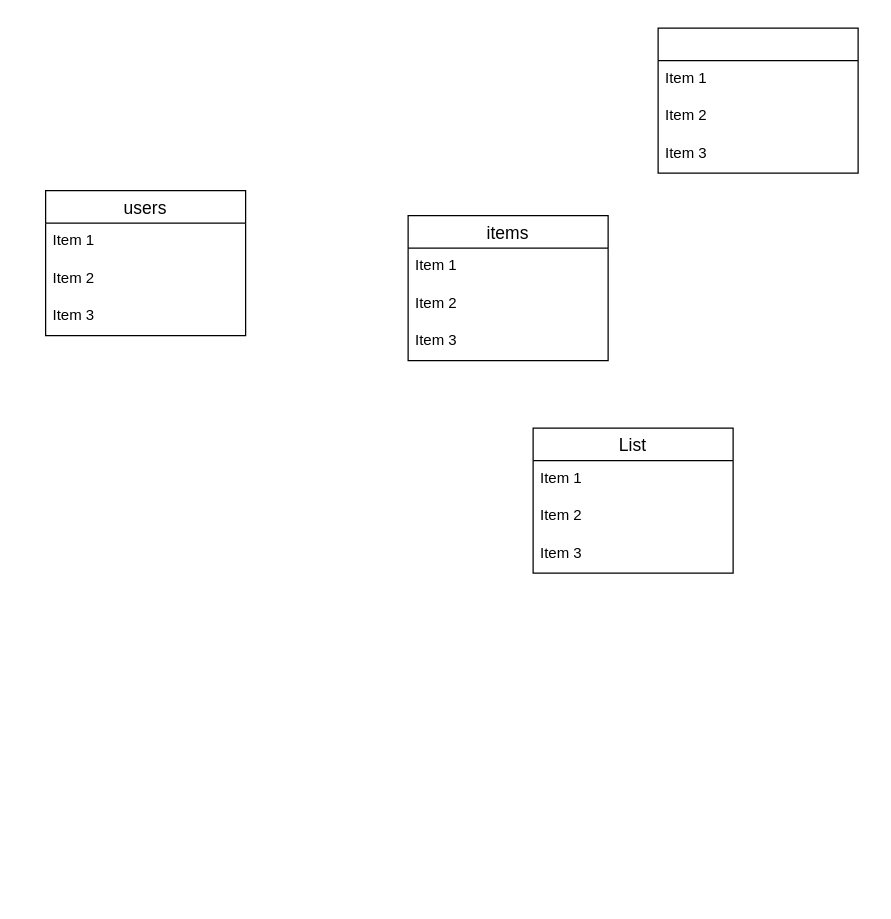
Above: ER.dio in Harada-Yudai/furima-36833 (draw.io), before the change. Source tidied: cells renumbered, new cells numbered last; positions are measured from the earlier drawing's top-left corner, leaving out a move shared by most shapes. Both pictures are drawn from the tidied source at 125%, with x=0, y=0 at pixel (45, 28).
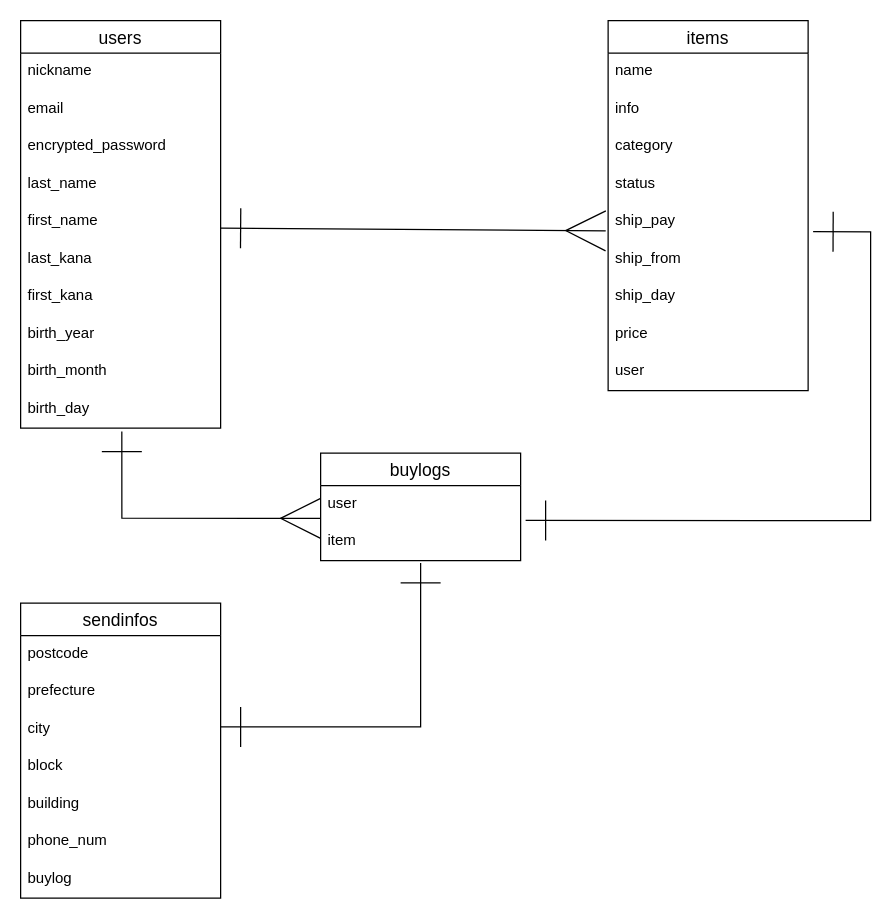
The same diagram, later.

Change to the diagram source:
```diff
@@
     <mxCell id="2" value="users" style="swimlane;fontStyle=0;horizontal=1;startSize=26;align=center;fontSize=14;" parent="1" vertex="1">
-      <mxGeometry y="130" width="160" height="116" as="geometry" />
+      <mxGeometry x="-20" y="-6" width="160" height="326" as="geometry" />
     </mxCell>
-    <mxCell id="3" value="Item 1" style="text;strokeColor=none;fillColor=none;spacingLeft=4;spacingRight=4;overflow=hidden;fontSize=12;" parent="2" vertex="1">
+    <mxCell id="3" value="nickname" style="text;strokeColor=none;fillColor=none;spacingLeft=4;spacingRight=4;overflow=hidden;fontSize=12;" parent="2" vertex="1">
       <mxGeometry y="26" width="160" height="30" as="geometry" />
     </mxCell>
+    <mxCell id="18" value="email" style="text;strokeColor=none;fillColor=none;spacingLeft=4;spacingRight=4;overflow=hidden;fontSize=12;" parent="2" vertex="1">
+      <mxGeometry y="56" width="160" height="30" as="geometry" />
+    </mxCell>
+    <mxCell id="19" value=" encrypted_password " style="text;strokeColor=none;fillColor=none;spacingLeft=4;spacingRight=4;overflow=hidden;fontSize=12;" parent="2" vertex="1">
+      <mxGeometry y="86" width="160" height="30" as="geometry" />
+    </mxCell>
-    <mxCell id="4" value="Item 2" style="text;strokeColor=none;fillColor=none;spacingLeft=4;spacingRight=4;overflow=hidden;fontSize=12;" parent="2" vertex="1">
-      <mxGeometry y="56" width="160" height="30" as="geometry" />
+    <mxCell id="4" value="last_name" style="text;strokeColor=none;fillColor=none;spacingLeft=4;spacingRight=4;overflow=hidden;fontSize=12;" parent="2" vertex="1">
+      <mxGeometry y="116" width="160" height="30" as="geometry" />
     </mxCell>
-    <mxCell id="5" value="Item 3" style="text;strokeColor=none;fillColor=none;spacingLeft=4;spacingRight=4;overflow=hidden;fontSize=12;" parent="2" vertex="1">
-      <mxGeometry y="86" width="160" height="30" as="geometry" />
+    <mxCell id="5" value="first_name" style="text;strokeColor=none;fillColor=none;spacingLeft=4;spacingRight=4;overflow=hidden;fontSize=12;" parent="2" vertex="1">
+      <mxGeometry y="146" width="160" height="30" as="geometry" />
     </mxCell>
+    <mxCell id="20" value="last_kana" style="text;strokeColor=none;fillColor=none;spacingLeft=4;spacingRight=4;overflow=hidden;fontSize=12;" parent="2" vertex="1">
+      <mxGeometry y="176" width="160" height="30" as="geometry" />
+    </mxCell>
+    <mxCell id="21" value="first_kana" style="text;strokeColor=none;fillColor=none;spacingLeft=4;spacingRight=4;overflow=hidden;fontSize=12;" parent="2" vertex="1">
+      <mxGeometry y="206" width="160" height="30" as="geometry" />
+    </mxCell>
+    <mxCell id="22" value="birth_year" style="text;strokeColor=none;fillColor=none;spacingLeft=4;spacingRight=4;overflow=hidden;fontSize=12;" parent="2" vertex="1">
+      <mxGeometry y="236" width="160" height="30" as="geometry" />
+    </mxCell>
+    <mxCell id="23" value="birth_month" style="text;strokeColor=none;fillColor=none;spacingLeft=4;spacingRight=4;overflow=hidden;fontSize=12;" parent="2" vertex="1">
+      <mxGeometry y="266" width="160" height="30" as="geometry" />
+    </mxCell>
+    <mxCell id="24" value="birth_day" style="text;strokeColor=none;fillColor=none;spacingLeft=4;spacingRight=4;overflow=hidden;points=[[0,0.5],[1,0.5]];portConstraint=eastwest;fontSize=12;" parent="2" vertex="1">
+      <mxGeometry y="296" width="160" height="30" as="geometry" />
+    </mxCell>
-    <mxCell id="6" value="List" style="swimlane;fontStyle=0;horizontal=1;startSize=26;align=center;fontSize=14;" parent="1" vertex="1">
-      <mxGeometry x="390" y="320" width="160" height="116" as="geometry" />
+    <mxCell id="6" value="sendinfos" style="swimlane;fontStyle=0;horizontal=1;startSize=26;align=center;fontSize=14;" parent="1" vertex="1">
+      <mxGeometry x="-20" y="460" width="160" height="236" as="geometry" />
     </mxCell>
-    <mxCell id="7" value="Item 1" style="text;strokeColor=none;fillColor=none;spacingLeft=4;spacingRight=4;overflow=hidden;fontSize=12;" parent="6" vertex="1">
+    <mxCell id="7" value="postcode" style="text;strokeColor=none;fillColor=none;spacingLeft=4;spacingRight=4;overflow=hidden;fontSize=12;" parent="6" vertex="1">
       <mxGeometry y="26" width="160" height="30" as="geometry" />
     </mxCell>
-    <mxCell id="8" value="Item 2" style="text;strokeColor=none;fillColor=none;spacingLeft=4;spacingRight=4;overflow=hidden;fontSize=12;" parent="6" vertex="1">
+    <mxCell id="8" value="prefecture" style="text;strokeColor=none;fillColor=none;spacingLeft=4;spacingRight=4;overflow=hidden;fontSize=12;" parent="6" vertex="1">
       <mxGeometry y="56" width="160" height="30" as="geometry" />
     </mxCell>
-    <mxCell id="9" value="Item 3" style="text;strokeColor=none;fillColor=none;spacingLeft=4;spacingRight=4;overflow=hidden;fontSize=12;" parent="6" vertex="1">
-      <mxGeometry y="86" width="160" height="30" as="geometry" />
-    </mxCell>
+    <mxCell id="25" value="city" style="text;strokeColor=none;fillColor=none;spacingLeft=4;spacingRight=4;overflow=hidden;fontSize=12;" parent="6" vertex="1">
+      <mxGeometry y="86" width="160" height="30" as="geometry" />
+    </mxCell>
+    <mxCell id="26" value="block" style="text;strokeColor=none;fillColor=none;spacingLeft=4;spacingRight=4;overflow=hidden;fontSize=12;" parent="6" vertex="1">
+      <mxGeometry y="116" width="160" height="30" as="geometry" />
+    </mxCell>
+    <mxCell id="27" value="building" style="text;strokeColor=none;fillColor=none;spacingLeft=4;spacingRight=4;overflow=hidden;fontSize=12;" parent="6" vertex="1">
+      <mxGeometry y="146" width="160" height="30" as="geometry" />
+    </mxCell>
+    <mxCell id="28" value="phone_num" style="text;strokeColor=none;fillColor=none;spacingLeft=4;spacingRight=4;overflow=hidden;fontSize=12;" parent="6" vertex="1">
+      <mxGeometry y="176" width="160" height="30" as="geometry" />
+    </mxCell>
+    <mxCell id="29" value="buylog" style="text;strokeColor=none;fillColor=none;spacingLeft=4;spacingRight=4;overflow=hidden;fontSize=12;" parent="6" vertex="1">
+      <mxGeometry y="206" width="160" height="30" as="geometry" />
+    </mxCell>
-    <mxCell id="10" style="swimlane;fontStyle=0;horizontal=1;startSize=26;align=center;fontSize=14;" parent="1" vertex="1">
-      <mxGeometry x="490" width="160" height="116" as="geometry" />
+    <mxCell id="10" value="buylogs" style="swimlane;fontStyle=0;horizontal=1;startSize=26;align=center;fontSize=14;" parent="1" vertex="1">
+      <mxGeometry x="220" y="340" width="160" height="86" as="geometry" />
     </mxCell>
-    <mxCell id="11" value="Item 1" style="text;strokeColor=none;fillColor=none;spacingLeft=4;spacingRight=4;overflow=hidden;fontSize=12;" parent="10" vertex="1">
-      <mxGeometry y="26" width="160" height="30" as="geometry" />
-    </mxCell>
-    <mxCell id="12" value="Item 2" style="text;strokeColor=none;fillColor=none;spacingLeft=4;spacingRight=4;overflow=hidden;fontSize=12;" parent="10" vertex="1">
-      <mxGeometry y="56" width="160" height="30" as="geometry" />
-    </mxCell>
-    <mxCell id="13" value="Item 3" style="text;strokeColor=none;fillColor=none;spacingLeft=4;spacingRight=4;overflow=hidden;points=[[0,0.5],[1,0.5]];portConstraint=eastwest;fontSize=12;" parent="10" vertex="1">
-      <mxGeometry y="86" width="160" height="30" as="geometry" />
+    <mxCell id="13" value="user" style="text;strokeColor=none;fillColor=none;spacingLeft=4;spacingRight=4;overflow=hidden;points=[[0,0.5],[1,0.5]];portConstraint=eastwest;fontSize=12;" parent="10" vertex="1">
+      <mxGeometry y="26" width="160" height="30" as="geometry" />
     </mxCell>
+    <mxCell id="30" value="item" style="text;strokeColor=none;fillColor=none;spacingLeft=4;spacingRight=4;overflow=hidden;points=[[0,0.5],[1,0.5]];portConstraint=eastwest;fontSize=12;" parent="10" vertex="1">
+      <mxGeometry y="56" width="160" height="30" as="geometry" />
+    </mxCell>
     <mxCell id="14" value="items" style="swimlane;fontStyle=0;horizontal=1;startSize=26;align=center;fontSize=14;" parent="1" vertex="1">
-      <mxGeometry x="290" y="150" width="160" height="116" as="geometry" />
+      <mxGeometry x="450" y="-6" width="160" height="296" as="geometry" />
     </mxCell>
-    <mxCell id="15" value="Item 1" style="text;strokeColor=none;fillColor=none;spacingLeft=4;spacingRight=4;overflow=hidden;fontSize=12;" parent="14" vertex="1">
+    <mxCell id="15" value="name" style="text;strokeColor=none;fillColor=none;spacingLeft=4;spacingRight=4;overflow=hidden;fontSize=12;" parent="14" vertex="1">
       <mxGeometry y="26" width="160" height="30" as="geometry" />
     </mxCell>
-    <mxCell id="16" value="Item 2" style="text;strokeColor=none;fillColor=none;spacingLeft=4;spacingRight=4;overflow=hidden;fontSize=12;" parent="14" vertex="1">
+    <mxCell id="16" value="info" style="text;strokeColor=none;fillColor=none;spacingLeft=4;spacingRight=4;overflow=hidden;fontSize=12;" parent="14" vertex="1">
       <mxGeometry y="56" width="160" height="30" as="geometry" />
     </mxCell>
+    <mxCell id="31" value="category" style="text;strokeColor=none;fillColor=none;spacingLeft=4;spacingRight=4;overflow=hidden;fontSize=12;" parent="14" vertex="1">
+      <mxGeometry y="86" width="160" height="30" as="geometry" />
+    </mxCell>
+    <mxCell id="32" value="status" style="text;strokeColor=none;fillColor=none;spacingLeft=4;spacingRight=4;overflow=hidden;fontSize=12;" parent="14" vertex="1">
+      <mxGeometry y="116" width="160" height="30" as="geometry" />
+    </mxCell>
+    <mxCell id="33" value="ship_pay" style="text;strokeColor=none;fillColor=none;spacingLeft=4;spacingRight=4;overflow=hidden;points=[[0,0.5],[1,0.5]];portConstraint=eastwest;fontSize=12;" parent="14" vertex="1">
+      <mxGeometry y="146" width="160" height="30" as="geometry" />
+    </mxCell>
+    <mxCell id="34" value="ship_from" style="text;strokeColor=none;fillColor=none;spacingLeft=4;spacingRight=4;overflow=hidden;fontSize=12;" parent="14" vertex="1">
+      <mxGeometry y="176" width="160" height="30" as="geometry" />
+    </mxCell>
+    <mxCell id="35" value="ship_day" style="text;strokeColor=none;fillColor=none;spacingLeft=4;spacingRight=4;overflow=hidden;fontSize=12;" parent="14" vertex="1">
+      <mxGeometry y="206" width="160" height="30" as="geometry" />
+    </mxCell>
+    <mxCell id="36" value="price" style="text;strokeColor=none;fillColor=none;spacingLeft=4;spacingRight=4;overflow=hidden;fontSize=12;" parent="14" vertex="1">
+      <mxGeometry y="236" width="160" height="30" as="geometry" />
+    </mxCell>
-    <mxCell id="17" value="Item 3" style="text;strokeColor=none;fillColor=none;spacingLeft=4;spacingRight=4;overflow=hidden;fontSize=12;" parent="14" vertex="1">
-      <mxGeometry y="86" width="160" height="30" as="geometry" />
+    <mxCell id="17" value="user" style="text;strokeColor=none;fillColor=none;spacingLeft=4;spacingRight=4;overflow=hidden;fontSize=12;" parent="14" vertex="1">
+      <mxGeometry y="266" width="160" height="30" as="geometry" />
     </mxCell>
+    <mxCell id="37" style="endArrow=ERmany;html=1;rounded=0;entryX=-0.012;entryY=0.74;entryDx=0;entryDy=0;entryPerimeter=0;endFill=0;startSize=30;startArrow=ERone;startFill=0;endSize=30;" parent="1" edge="1" target="33">
+      <mxGeometry relative="1" as="geometry">
+        <mxPoint x="140" y="160" as="sourcePoint" />
+      </mxGeometry>
+    </mxCell>
+    <mxCell id="38" style="endArrow=ERmany;html=1;rounded=0;entryX=-0.012;entryY=0.74;entryDx=0;entryDy=0;entryPerimeter=0;endFill=0;startSize=30;startArrow=ERone;startFill=0;endSize=30;exitX=0.506;exitY=1.093;exitDx=0;exitDy=0;exitPerimeter=0;" parent="1" edge="1" source="24">
+      <mxGeometry relative="1" as="geometry">
+        <mxPoint x="220" y="392.2" as="targetPoint" />
+        <Array as="points">
+          <mxPoint x="61" y="392" />
+        </Array>
+      </mxGeometry>
+    </mxCell>
+    <mxCell id="39" style="endArrow=ERone;html=1;rounded=0;endFill=0;startSize=30;startArrow=ERone;startFill=0;endSize=30;exitX=1.025;exitY=0.76;exitDx=0;exitDy=0;exitPerimeter=0;entryX=1.025;entryY=0.927;entryDx=0;entryDy=0;entryPerimeter=0;sourcePerimeterSpacing=0;" parent="1" edge="1" source="33" target="13">
+      <mxGeometry relative="1" as="geometry">
+        <Array as="points">
+          <mxPoint x="660" y="163" />
+          <mxPoint x="660" y="280" />
+          <mxPoint x="660" y="394" />
+        </Array>
+      </mxGeometry>
+    </mxCell>
+    <mxCell id="40" style="endArrow=ERone;html=1;rounded=0;entryX=0.5;entryY=1.06;entryDx=0;entryDy=0;entryPerimeter=0;endFill=0;startSize=30;startArrow=ERone;startFill=0;endSize=30;" parent="1" edge="1" target="30">
+      <mxGeometry relative="1" as="geometry">
+        <mxPoint x="140" y="559" as="sourcePoint" />
+        <Array as="points">
+          <mxPoint x="300" y="559" />
+        </Array>
+      </mxGeometry>
+    </mxCell>
```
